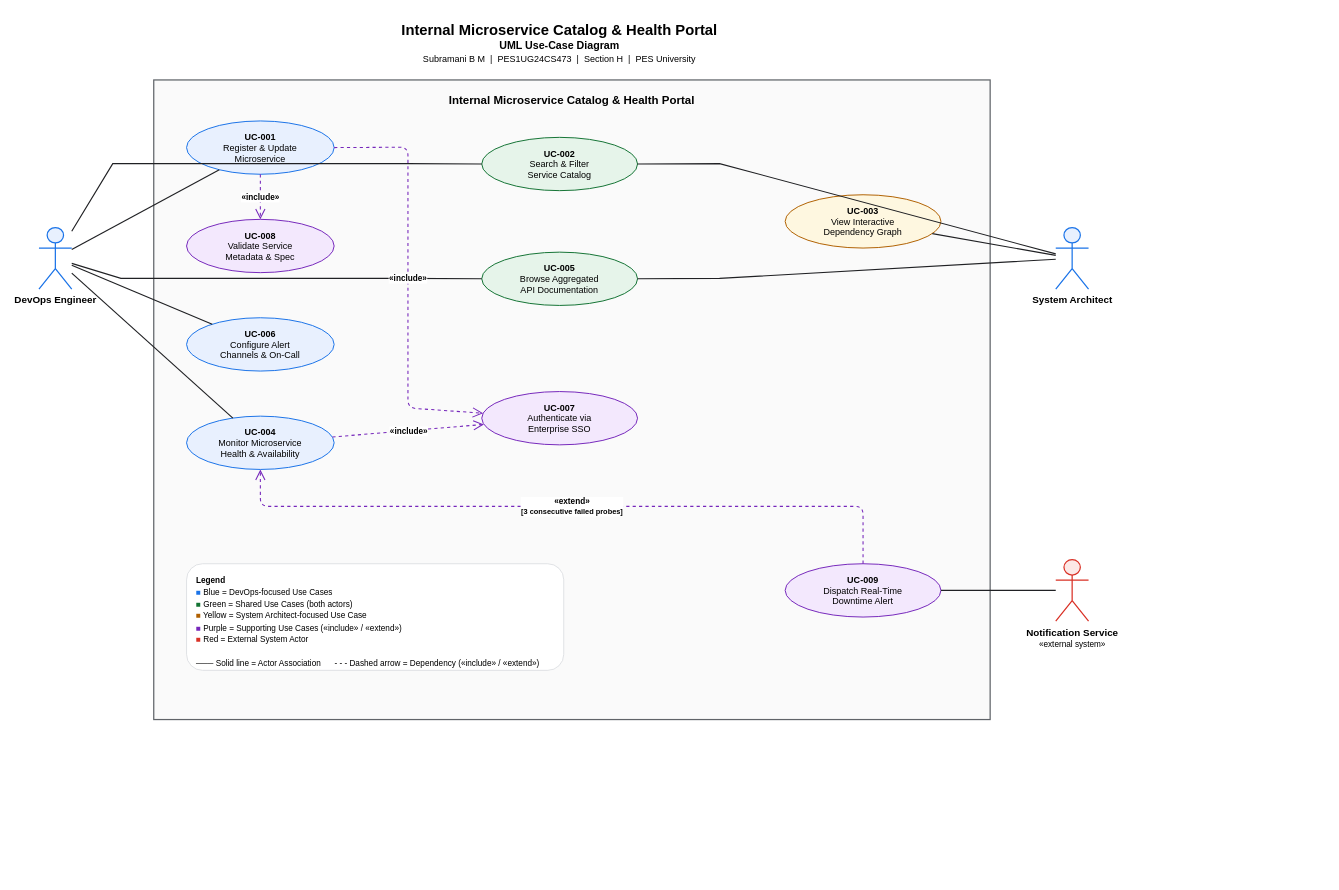
This is 1-Folder for RE/use_case_diagram.drawio from SubramaniBM/LAB1_Activity_Subramani_BM_PES1UG24CS473, a draw.io file, before an edit. Source tidied: cells renumbered, new cells numbered last; positions are measured from the earlier drawing's top-left corner, leaving out a move shared by most shapes. Both pictures are drawn from the tidied source at 82%, with x=0, y=0 at pixel (39, 14).
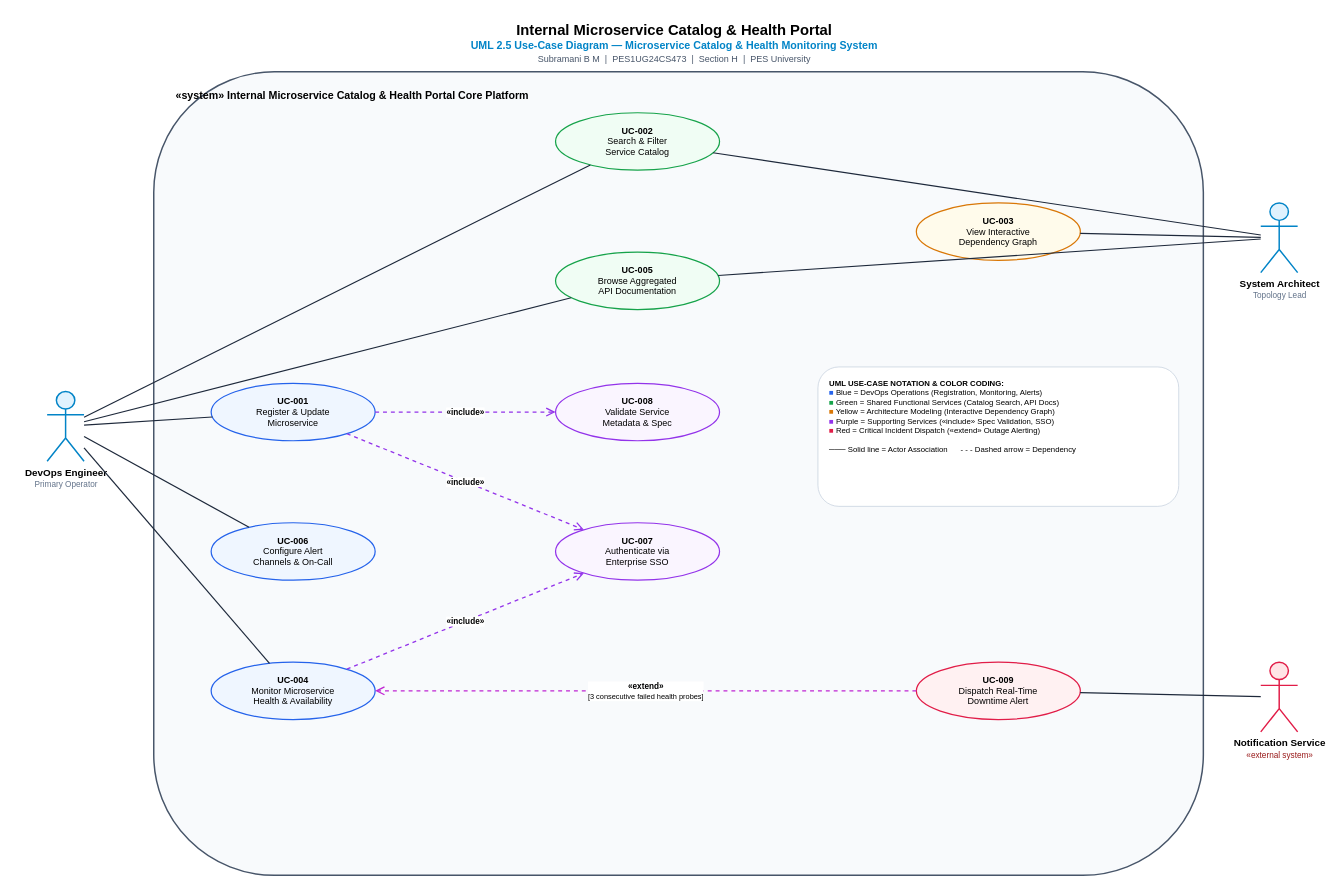
The same page after the edit.

Change to the diagram source:
```diff
@@
-    <mxCell id="2" value="&lt;font style=&quot;font-size:18px&quot;&gt;&lt;b&gt;Internal Microservice Catalog &amp;amp; Health Portal&lt;/b&gt;&lt;/font&gt;&lt;br&gt;&lt;font style=&quot;font-size:13px&quot;&gt;&lt;b&gt;UML Use-Case Diagram&lt;/b&gt;&lt;/font&gt;&lt;br&gt;&lt;font style=&quot;font-size:11px&quot;&gt;Subramani B M &amp;nbsp;|&amp;nbsp; PES1UG24CS473 &amp;nbsp;|&amp;nbsp; Section H &amp;nbsp;|&amp;nbsp; PES University&lt;/font&gt;" style="text;html=1;align=center;verticalAlign=middle;whiteSpace=wrap;rounded=0;fillColor=none;strokeColor=none;" parent="1" vertex="1">
-      <mxGeometry x="335" width="600" height="70" as="geometry" />
+    <mxCell id="2" value="&lt;font style=&quot;font-size:18px&quot;&gt;&lt;b&gt;Internal Microservice Catalog &amp;amp; Health Portal&lt;/b&gt;&lt;/font&gt;&lt;br&gt;&lt;font style=&quot;font-size:13px;color:#0284c7;&quot;&gt;&lt;b&gt;UML 2.5 Use-Case Diagram — Microservice Catalog &amp;amp; Health Monitoring System&lt;/b&gt;&lt;/font&gt;&lt;br&gt;&lt;font style=&quot;font-size:11px;color:#475569;&quot;&gt;Subramani B M &amp;nbsp;|&amp;nbsp; PES1UG24CS473 &amp;nbsp;|&amp;nbsp; Section H &amp;nbsp;|&amp;nbsp; PES University&lt;/font&gt;" style="text;html=1;align=center;verticalAlign=middle;whiteSpace=wrap;rounded=0;fillColor=none;strokeColor=none;" parent="1" vertex="1">
+      <mxGeometry x="400" width="750" height="70" as="geometry" />
     </mxCell>
-    <mxCell id="3" value="&lt;font style=&quot;font-size:14px&quot;&gt;&lt;b&gt;Internal Microservice Catalog &amp;amp; Health Portal&lt;/b&gt;&lt;/font&gt;" style="rounded=0;whiteSpace=wrap;html=1;fillColor=#fafafa;strokeColor=#5f6368;verticalAlign=top;align=center;spacingTop=10;dashed=0;strokeWidth=1.5;" parent="1" vertex="1">
-      <mxGeometry x="140" y="80" width="1020" height="780" as="geometry" />
+    <mxCell id="3" value="&lt;font style=&quot;font-size:13px&quot;&gt;&lt;b&gt;«system» Internal Microservice Catalog &amp;amp; Health Portal Core Platform&lt;/b&gt;&lt;/font&gt;" style="rounded=1;whiteSpace=wrap;html=1;fillColor=#f8fafc;strokeColor=#475569;verticalAlign=top;align=left;spacingLeft=25;spacingTop=15;dashed=0;strokeWidth=1.8;" parent="1" vertex="1">
+      <mxGeometry x="140" y="70" width="1280" height="980" as="geometry" />
     </mxCell>
-    <mxCell id="4" value="&lt;b&gt;DevOps Engineer&lt;/b&gt;" style="shape=umlActor;verticalLabelPosition=bottom;verticalAlign=top;html=1;outlineConnect=0;fillColor=#e8f0fe;strokeColor=#1a73e8;strokeWidth=1.5;" parent="1" vertex="1">
-      <mxGeometry y="260" width="40" height="75" as="geometry" />
+    <mxCell id="4" value="&lt;b&gt;DevOps Engineer&lt;/b&gt;&lt;br&gt;&lt;font style=&quot;font-size:10px;color:#64748b;&quot;&gt;Primary Operator&lt;/font&gt;" style="shape=umlActor;verticalLabelPosition=bottom;verticalAlign=top;html=1;outlineConnect=0;fillColor=#e0f2fe;strokeColor=#0284c7;strokeWidth=1.8;" parent="1" vertex="1">
+      <mxGeometry x="10" y="460" width="45" height="85" as="geometry" />
     </mxCell>
-    <mxCell id="5" value="&lt;b&gt;System Architect&lt;/b&gt;" style="shape=umlActor;verticalLabelPosition=bottom;verticalAlign=top;html=1;outlineConnect=0;fillColor=#e8f0fe;strokeColor=#1a73e8;strokeWidth=1.5;" parent="1" vertex="1">
-      <mxGeometry x="1240" y="260" width="40" height="75" as="geometry" />
+    <mxCell id="5" value="&lt;b&gt;System Architect&lt;/b&gt;&lt;br&gt;&lt;font style=&quot;font-size:10px;color:#64748b;&quot;&gt;Topology Lead&lt;/font&gt;" style="shape=umlActor;verticalLabelPosition=bottom;verticalAlign=top;html=1;outlineConnect=0;fillColor=#e0f2fe;strokeColor=#0284c7;strokeWidth=1.8;" parent="1" vertex="1">
+      <mxGeometry x="1490" y="230" width="45" height="85" as="geometry" />
     </mxCell>
-    <mxCell id="6" value="&lt;b&gt;Notification Service&lt;/b&gt;&lt;br&gt;&lt;font style=&quot;font-size:10px&quot;&gt;«external system»&lt;/font&gt;" style="shape=umlActor;verticalLabelPosition=bottom;verticalAlign=top;html=1;outlineConnect=0;fillColor=#fce8e6;strokeColor=#d93025;strokeWidth=1.5;" parent="1" vertex="1">
-      <mxGeometry x="1240" y="665" width="40" height="75" as="geometry" />
+    <mxCell id="6" value="&lt;b&gt;Notification Service&lt;/b&gt;&lt;br&gt;&lt;font style=&quot;font-size:10px;color:#991b1b;&quot;&gt;«external system»&lt;/font&gt;" style="shape=umlActor;verticalLabelPosition=bottom;verticalAlign=top;html=1;outlineConnect=0;fillColor=#ffe4e6;strokeColor=#e11d48;strokeWidth=1.8;" parent="1" vertex="1">
+      <mxGeometry x="1490" y="790" width="45" height="85" as="geometry" />
     </mxCell>
-    <mxCell id="7" value="&lt;b&gt;UC-001&lt;/b&gt;&lt;br&gt;Register &amp;amp; Update&lt;br&gt;Microservice" style="ellipse;whiteSpace=wrap;html=1;fillColor=#e8f0fe;strokeColor=#1a73e8;fontSize=11;strokeWidth=1.2;" parent="1" vertex="1">
-      <mxGeometry x="180" y="130" width="180" height="65" as="geometry" />
+    <mxCell id="7" value="&lt;b&gt;UC-001&lt;/b&gt;&lt;br&gt;Register &amp;amp; Update&lt;br&gt;Microservice" style="ellipse;whiteSpace=wrap;html=1;fillColor=#eff6ff;strokeColor=#2563eb;fontSize=11;strokeWidth=1.5;" parent="1" vertex="1">
+      <mxGeometry x="210" y="450" width="200" height="70" as="geometry" />
     </mxCell>
-    <mxCell id="8" value="&lt;b&gt;UC-008&lt;/b&gt;&lt;br&gt;Validate Service&lt;br&gt;Metadata &amp;amp; Spec" style="ellipse;whiteSpace=wrap;html=1;fillColor=#f3e8fd;strokeColor=#7627bb;fontSize=11;strokeWidth=1.2;" parent="1" vertex="1">
-      <mxGeometry x="180" y="250" width="180" height="65" as="geometry" />
-    </mxCell>
-    <mxCell id="9" value="&lt;b&gt;UC-006&lt;/b&gt;&lt;br&gt;Configure Alert&lt;br&gt;Channels &amp;amp; On-Call" style="ellipse;whiteSpace=wrap;html=1;fillColor=#e8f0fe;strokeColor=#1a73e8;fontSize=11;strokeWidth=1.2;" parent="1" vertex="1">
-      <mxGeometry x="180" y="370" width="180" height="65" as="geometry" />
+    <mxCell id="9" value="&lt;b&gt;UC-006&lt;/b&gt;&lt;br&gt;Configure Alert&lt;br&gt;Channels &amp;amp; On-Call" style="ellipse;whiteSpace=wrap;html=1;fillColor=#eff6ff;strokeColor=#2563eb;fontSize=11;strokeWidth=1.5;" parent="1" vertex="1">
+      <mxGeometry x="210" y="620" width="200" height="70" as="geometry" />
     </mxCell>
-    <mxCell id="10" value="&lt;b&gt;UC-004&lt;/b&gt;&lt;br&gt;Monitor Microservice&lt;br&gt;Health &amp;amp; Availability" style="ellipse;whiteSpace=wrap;html=1;fillColor=#e8f0fe;strokeColor=#1a73e8;fontSize=11;strokeWidth=1.2;" parent="1" vertex="1">
-      <mxGeometry x="180" y="490" width="180" height="65" as="geometry" />
+    <mxCell id="10" value="&lt;b&gt;UC-004&lt;/b&gt;&lt;br&gt;Monitor Microservice&lt;br&gt;Health &amp;amp; Availability" style="ellipse;whiteSpace=wrap;html=1;fillColor=#eff6ff;strokeColor=#2563eb;fontSize=11;strokeWidth=1.5;" parent="1" vertex="1">
+      <mxGeometry x="210" y="790" width="200" height="70" as="geometry" />
     </mxCell>
-    <mxCell id="11" value="&lt;b&gt;UC-002&lt;/b&gt;&lt;br&gt;Search &amp;amp; Filter&lt;br&gt;Service Catalog" style="ellipse;whiteSpace=wrap;html=1;fillColor=#e6f4ea;strokeColor=#137333;fontSize=11;strokeWidth=1.2;" parent="1" vertex="1">
-      <mxGeometry x="540" y="150" width="190" height="65" as="geometry" />
+    <mxCell id="11" value="&lt;b&gt;UC-002&lt;/b&gt;&lt;br&gt;Search &amp;amp; Filter&lt;br&gt;Service Catalog" style="ellipse;whiteSpace=wrap;html=1;fillColor=#f0fdf4;strokeColor=#16a34a;fontSize=11;strokeWidth=1.5;" parent="1" vertex="1">
+      <mxGeometry x="630" y="120" width="200" height="70" as="geometry" />
     </mxCell>
-    <mxCell id="12" value="&lt;b&gt;UC-005&lt;/b&gt;&lt;br&gt;Browse Aggregated&lt;br&gt;API Documentation" style="ellipse;whiteSpace=wrap;html=1;fillColor=#e6f4ea;strokeColor=#137333;fontSize=11;strokeWidth=1.2;" parent="1" vertex="1">
-      <mxGeometry x="540" y="290" width="190" height="65" as="geometry" />
+    <mxCell id="12" value="&lt;b&gt;UC-005&lt;/b&gt;&lt;br&gt;Browse Aggregated&lt;br&gt;API Documentation" style="ellipse;whiteSpace=wrap;html=1;fillColor=#f0fdf4;strokeColor=#16a34a;fontSize=11;strokeWidth=1.5;" parent="1" vertex="1">
+      <mxGeometry x="630" y="290" width="200" height="70" as="geometry" />
     </mxCell>
+    <mxCell id="8" value="&lt;b&gt;UC-008&lt;/b&gt;&lt;br&gt;Validate Service&lt;br&gt;Metadata &amp;amp; Spec" style="ellipse;whiteSpace=wrap;html=1;fillColor=#faf5ff;strokeColor=#9333ea;fontSize=11;strokeWidth=1.5;" parent="1" vertex="1">
+      <mxGeometry x="630" y="450" width="200" height="70" as="geometry" />
+    </mxCell>
-    <mxCell id="13" value="&lt;b&gt;UC-007&lt;/b&gt;&lt;br&gt;Authenticate via&lt;br&gt;Enterprise SSO" style="ellipse;whiteSpace=wrap;html=1;fillColor=#f3e8fd;strokeColor=#7627bb;fontSize=11;strokeWidth=1.2;" parent="1" vertex="1">
-      <mxGeometry x="540" y="460" width="190" height="65" as="geometry" />
+    <mxCell id="13" value="&lt;b&gt;UC-007&lt;/b&gt;&lt;br&gt;Authenticate via&lt;br&gt;Enterprise SSO" style="ellipse;whiteSpace=wrap;html=1;fillColor=#faf5ff;strokeColor=#9333ea;fontSize=11;strokeWidth=1.5;" parent="1" vertex="1">
+      <mxGeometry x="630" y="620" width="200" height="70" as="geometry" />
     </mxCell>
-    <mxCell id="14" value="&lt;b&gt;UC-003&lt;/b&gt;&lt;br&gt;View Interactive&lt;br&gt;Dependency Graph" style="ellipse;whiteSpace=wrap;html=1;fillColor=#fef7e0;strokeColor=#b06000;fontSize=11;strokeWidth=1.2;" parent="1" vertex="1">
-      <mxGeometry x="910" y="220" width="190" height="65" as="geometry" />
+    <mxCell id="14" value="&lt;b&gt;UC-003&lt;/b&gt;&lt;br&gt;View Interactive&lt;br&gt;Dependency Graph" style="ellipse;whiteSpace=wrap;html=1;fillColor=#fffbeb;strokeColor=#d97706;fontSize=11;strokeWidth=1.5;" parent="1" vertex="1">
+      <mxGeometry x="1070" y="230" width="200" height="70" as="geometry" />
     </mxCell>
-    <mxCell id="15" value="&lt;b&gt;UC-009&lt;/b&gt;&lt;br&gt;Dispatch Real-Time&lt;br&gt;Downtime Alert" style="ellipse;whiteSpace=wrap;html=1;fillColor=#f3e8fd;strokeColor=#7627bb;fontSize=11;strokeWidth=1.2;" parent="1" vertex="1">
-      <mxGeometry x="910" y="670" width="190" height="65" as="geometry" />
+    <mxCell id="15" value="&lt;b&gt;UC-009&lt;/b&gt;&lt;br&gt;Dispatch Real-Time&lt;br&gt;Downtime Alert" style="ellipse;whiteSpace=wrap;html=1;fillColor=#fff1f2;strokeColor=#e11d48;fontSize=11;strokeWidth=1.5;" parent="1" vertex="1">
+      <mxGeometry x="1070" y="790" width="200" height="70" as="geometry" />
     </mxCell>
-    <mxCell id="16" style="endArrow=none;html=1;rounded=0;strokeWidth=1.4;strokeColor=#202124;" parent="1" edge="1" source="4" target="7">
+    <mxCell id="16" style="endArrow=none;html=1;strokeWidth=1.5;strokeColor=#1e293b;" parent="1" edge="1" source="4" target="7">
       <mxGeometry relative="1" as="geometry" />
     </mxCell>
-    <mxCell id="17" style="endArrow=none;html=1;rounded=0;strokeWidth=1.4;strokeColor=#202124;" parent="1" edge="1" source="4" target="9">
+    <mxCell id="17" style="endArrow=none;html=1;strokeWidth=1.5;strokeColor=#1e293b;" parent="1" edge="1" source="4" target="9">
       <mxGeometry relative="1" as="geometry" />
     </mxCell>
-    <mxCell id="18" style="endArrow=none;html=1;rounded=0;strokeWidth=1.4;strokeColor=#202124;" parent="1" edge="1" source="4" target="10">
+    <mxCell id="18" style="endArrow=none;html=1;strokeWidth=1.5;strokeColor=#1e293b;" parent="1" edge="1" source="4" target="10">
       <mxGeometry relative="1" as="geometry" />
     </mxCell>
-    <mxCell id="19" style="endArrow=none;html=1;rounded=0;strokeWidth=1.4;strokeColor=#202124;" parent="1" edge="1" source="4" target="11">
-      <mxGeometry relative="1" as="geometry">
-        <Array as="points">
-          <mxPoint x="90" y="182" />
-          <mxPoint x="450" y="182" />
-        </Array>
-      </mxGeometry>
+    <mxCell id="19" style="endArrow=none;html=1;strokeWidth=1.4;strokeColor=#1e293b;" parent="1" edge="1" source="4" target="11">
+      <mxGeometry relative="1" as="geometry" />
     </mxCell>
-    <mxCell id="20" style="endArrow=none;html=1;rounded=0;strokeWidth=1.4;strokeColor=#202124;" parent="1" edge="1" source="4" target="12">
-      <mxGeometry relative="1" as="geometry">
-        <Array as="points">
-          <mxPoint x="100" y="322" />
-          <mxPoint x="440" y="322" />
-        </Array>
-      </mxGeometry>
+    <mxCell id="20" style="endArrow=none;html=1;strokeWidth=1.4;strokeColor=#1e293b;" parent="1" edge="1" source="4" target="12">
+      <mxGeometry relative="1" as="geometry" />
     </mxCell>
+    <mxCell id="22" style="endArrow=none;html=1;strokeWidth=1.5;strokeColor=#1e293b;" parent="1" edge="1" source="5" target="14">
+      <mxGeometry relative="1" as="geometry" />
+    </mxCell>
-    <mxCell id="21" style="endArrow=none;html=1;rounded=0;strokeWidth=1.4;strokeColor=#202124;" parent="1" edge="1" source="5" target="11">
-      <mxGeometry relative="1" as="geometry">
-        <Array as="points">
-          <mxPoint x="830" y="182" />
-        </Array>
-      </mxGeometry>
+    <mxCell id="21" style="endArrow=none;html=1;strokeWidth=1.4;strokeColor=#1e293b;" parent="1" edge="1" source="5" target="11">
+      <mxGeometry relative="1" as="geometry" />
     </mxCell>
-    <mxCell id="22" style="endArrow=none;html=1;rounded=0;strokeWidth=1.4;strokeColor=#202124;" parent="1" edge="1" source="5" target="14">
-      <mxGeometry relative="1" as="geometry" />
-    </mxCell>
-    <mxCell id="23" style="endArrow=none;html=1;rounded=0;strokeWidth=1.4;strokeColor=#202124;" parent="1" edge="1" source="5" target="12">
-      <mxGeometry relative="1" as="geometry">
-        <Array as="points">
-          <mxPoint x="830" y="322" />
-        </Array>
-      </mxGeometry>
+    <mxCell id="23" style="endArrow=none;html=1;strokeWidth=1.4;strokeColor=#1e293b;" parent="1" edge="1" source="5" target="12">
+      <mxGeometry relative="1" as="geometry" />
     </mxCell>
+    <mxCell id="28" style="endArrow=none;html=1;strokeWidth=1.5;strokeColor=#1e293b;" parent="1" edge="1" source="15" target="6">
+      <mxGeometry relative="1" as="geometry" />
+    </mxCell>
-    <mxCell id="24" value="«include»" style="html=1;dashed=1;endArrow=open;endFill=0;endSize=10;strokeWidth=1.3;fontSize=10;fontStyle=1;strokeColor=#7627bb;" parent="1" edge="1" source="7" target="8">
+    <mxCell id="24" value="&lt;b&gt;«include»&lt;/b&gt;" style="html=1;dashed=1;endArrow=open;endFill=0;endSize=8;strokeWidth=1.6;fontSize=10;strokeColor=#9333ea;" parent="1" edge="1" source="7" target="8">
       <mxGeometry relative="1" as="geometry" />
     </mxCell>
-    <mxCell id="25" value="«include»" style="html=1;dashed=1;endArrow=open;endFill=0;endSize=10;strokeWidth=1.3;fontSize=10;fontStyle=1;strokeColor=#7627bb;" parent="1" edge="1" source="7" target="13">
-      <mxGeometry relative="1" as="geometry">
-        <Array as="points">
-          <mxPoint x="450" y="162" />
-          <mxPoint x="450" y="480" />
-        </Array>
-      </mxGeometry>
+    <mxCell id="25" value="&lt;b&gt;«include»&lt;/b&gt;" style="html=1;dashed=1;endArrow=open;endFill=0;endSize=8;strokeWidth=1.6;fontSize=10;strokeColor=#9333ea;" parent="1" edge="1" source="7" target="13">
+      <mxGeometry relative="1" as="geometry" />
     </mxCell>
-    <mxCell id="26" value="«include»" style="html=1;dashed=1;endArrow=open;endFill=0;endSize=10;strokeWidth=1.3;fontSize=10;fontStyle=1;strokeColor=#7627bb;" parent="1" edge="1" source="10" target="13">
+    <mxCell id="26" value="&lt;b&gt;«include»&lt;/b&gt;" style="html=1;dashed=1;endArrow=open;endFill=0;endSize=8;strokeWidth=1.6;fontSize=10;strokeColor=#9333ea;" parent="1" edge="1" source="10" target="13">
       <mxGeometry relative="1" as="geometry" />
     </mxCell>
-    <mxCell id="27" value="«extend»&lt;br&gt;&lt;font style=&quot;font-size:9px&quot;&gt;[3 consecutive failed probes]&lt;/font&gt;" style="html=1;dashed=1;endArrow=open;endFill=0;endSize=10;strokeWidth=1.3;fontSize=10;fontStyle=1;strokeColor=#7627bb;" parent="1" edge="1" source="15" target="10">
-      <mxGeometry relative="1" as="geometry">
-        <Array as="points">
-          <mxPoint x="1005" y="600" />
-          <mxPoint x="270" y="600" />
-        </Array>
-      </mxGeometry>
+    <mxCell id="27" value="&lt;b&gt;«extend»&lt;/b&gt;&lt;br&gt;&lt;font style=&quot;font-size:9px&quot;&gt;[3 consecutive failed health probes]&lt;/font&gt;" style="html=1;dashed=1;endArrow=open;endFill=0;endSize=8;strokeWidth=1.6;fontSize=10;strokeColor=#c026d3;" parent="1" edge="1" source="15" target="10">
+      <mxGeometry relative="1" as="geometry" />
     </mxCell>
-    <mxCell id="28" style="endArrow=none;html=1;rounded=0;strokeWidth=1.4;strokeColor=#202124;" parent="1" edge="1" source="15" target="6">
-      <mxGeometry relative="1" as="geometry" />
-    </mxCell>
-    <mxCell id="29" value="&lt;font style=&quot;font-size:10px&quot;&gt;&lt;b&gt;Legend&lt;/b&gt;&lt;br&gt;&lt;font color=&quot;#1a73e8&quot;&gt;■&lt;/font&gt; Blue = DevOps-focused Use Cases&lt;br&gt;&lt;font color=&quot;#137333&quot;&gt;■&lt;/font&gt; Green = Shared Use Cases (both actors)&lt;br&gt;&lt;font color=&quot;#b06000&quot;&gt;■&lt;/font&gt; Yellow = System Architect-focused Use Case&lt;br&gt;&lt;font color=&quot;#7627bb&quot;&gt;■&lt;/font&gt; Purple = Supporting Use Cases («include» / «extend»)&lt;br&gt;&lt;font color=&quot;#d93025&quot;&gt;■&lt;/font&gt; Red = External System Actor&lt;br&gt;&lt;br&gt;─── Solid line = Actor Association &amp;nbsp;&amp;nbsp;&amp;nbsp;&amp;nbsp; - - - Dashed arrow = Dependency («include» / «extend»)&lt;/font&gt;" style="text;html=1;align=left;verticalAlign=top;whiteSpace=wrap;rounded=1;fillColor=#ffffff;strokeColor=#dadce0;spacingLeft=10;spacingTop=6;spacingRight=10;spacingBottom=6;" parent="1" vertex="1">
-      <mxGeometry x="180" y="670" width="460" height="130" as="geometry" />
+    <mxCell id="29" value="&lt;b&gt;UML USE-CASE NOTATION &amp;amp; COLOR CODING:&lt;/b&gt;&lt;br&gt;&lt;font color=&quot;#2563eb&quot;&gt;■&lt;/font&gt; Blue = DevOps Operations (Registration, Monitoring, Alerts)&lt;br&gt;&lt;font color=&quot;#16a34a&quot;&gt;■&lt;/font&gt; Green = Shared Functional Services (Catalog Search, API Docs)&lt;br&gt;&lt;font color=&quot;#d97706&quot;&gt;■&lt;/font&gt; Yellow = Architecture Modeling (Interactive Dependency Graph)&lt;br&gt;&lt;font color=&quot;#9333ea&quot;&gt;■&lt;/font&gt; Purple = Supporting Services («include» Spec Validation, SSO)&lt;br&gt;&lt;font color=&quot;#e11d48&quot;&gt;■&lt;/font&gt; Red = Critical Incident Dispatch («extend» Outage Alerting)&lt;br&gt;&lt;br&gt;─── Solid line = Actor Association &amp;nbsp;&amp;nbsp;&amp;nbsp;&amp;nbsp; - - - Dashed arrow = Dependency" style="text;html=1;align=left;verticalAlign=top;whiteSpace=wrap;rounded=1;fillColor=#ffffff;strokeColor=#cbd5e1;spacingLeft=12;spacingTop=8;spacingRight=12;spacingBottom=8;fontSize=9.5;" parent="1" vertex="1">
+      <mxGeometry x="950" y="430" width="440" height="170" as="geometry" />
     </mxCell>
```
